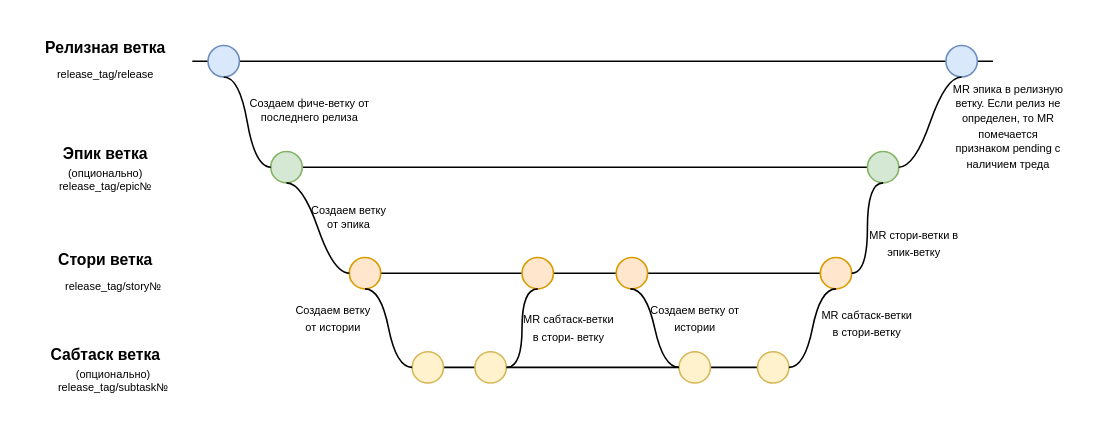
Earlier version of the draw.io diagram EFA-processes/branches-flow.drawio (effective-group/docs-drawio). Source tidied: cells renumbered, new cells numbered last; positions are measured from the earlier drawing's top-left corner, leaving out a move shared by most shapes. Both pictures are drawn from the tidied source at 157%, with x=0, y=0 at pixel (35, 27).
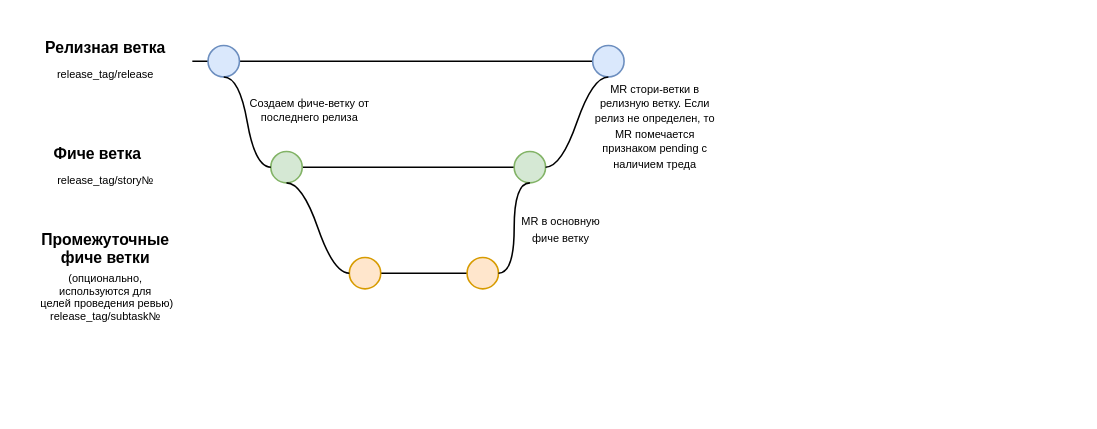
The same page after the edit.

Change to the diagram source:
```diff
@@
     <mxCell id="2" style="line;strokeWidth=1;fillColor=none;align=left;verticalAlign=middle;spacingTop=-1;spacingLeft=3;spacingRight=3;labelPosition=right;" parent="1" vertex="1">
-      <mxGeometry x="100" y="17.5" width="510" height="8" as="geometry" />
+      <mxGeometry x="100" y="17.5" width="270" height="8" as="geometry" />
     </mxCell>
@@
     <mxCell id="6" style="line;strokeWidth=1;fillColor=none;align=left;verticalAlign=middle;spacingTop=-1;spacingLeft=3;spacingRight=3;labelPosition=right;" parent="1" vertex="1">
-      <mxGeometry x="150" y="85" width="400" height="8" as="geometry" />
+      <mxGeometry x="150" y="85" width="170" height="8" as="geometry" />
     </mxCell>
-    <mxCell id="7" value="Эпик ветка" style="text;align=center;fontStyle=1;verticalAlign=middle;spacingLeft=3;spacingRight=3;strokeColor=none;fontSize=10;" parent="1" vertex="1">
-      <mxGeometry x="20" y="67.5" width="50" height="26" as="geometry" />
-    </mxCell>
-    <mxCell id="8" value="(опционально)&#10;release_tag/epic№" style="text;align=center;fontStyle=0;verticalAlign=middle;spacingLeft=3;spacingRight=3;strokeColor=none;fontSize=7;" parent="1" vertex="1">
-      <mxGeometry x="20" y="84.5" width="50" height="26" as="geometry" />
-    </mxCell>
     <mxCell id="9" style="line;strokeWidth=1;fillColor=none;align=left;verticalAlign=middle;spacingTop=-1;spacingLeft=3;spacingRight=3;labelPosition=right;" parent="1" vertex="1">
-      <mxGeometry x="200" y="152.5" width="320" height="8" as="geometry" />
+      <mxGeometry x="200" y="152.5" width="80" height="8" as="geometry" />
     </mxCell>
-    <mxCell id="10" value="Стори ветка" style="text;align=center;fontStyle=1;verticalAlign=middle;spacingLeft=3;spacingRight=3;strokeColor=none;fontSize=10;" parent="1" vertex="1">
-      <mxGeometry x="20" y="135" width="50" height="26" as="geometry" />
+    <mxCell id="10" value="Фиче ветка" style="text;align=center;fontStyle=1;verticalAlign=middle;spacingLeft=3;spacingRight=3;strokeColor=none;fontSize=10;" parent="1" vertex="1">
+      <mxGeometry x="15" y="67.2" width="50" height="26" as="geometry" />
     </mxCell>
     <mxCell id="11" value="release_tag/story№" style="text;align=center;fontStyle=0;verticalAlign=middle;spacingLeft=3;spacingRight=3;strokeColor=none;fontSize=7;" parent="1" vertex="1">
-      <mxGeometry y="152.5" width="100" height="26" as="geometry" />
+      <mxGeometry x="-5" y="84.8" width="100" height="26" as="geometry" />
     </mxCell>
-    <mxCell id="12" style="line;strokeWidth=1;fillColor=none;align=left;verticalAlign=middle;spacingTop=-1;spacingLeft=3;spacingRight=3;labelPosition=right;" parent="1" vertex="1">
-      <mxGeometry x="240" y="212.5" width="240" height="8" as="geometry" />
-    </mxCell>
-    <mxCell id="13" value="Сабтаск ветка" style="text;align=center;fontStyle=1;verticalAlign=middle;spacingLeft=3;spacingRight=3;strokeColor=none;fontSize=10;" parent="1" vertex="1">
-      <mxGeometry x="20" y="195" width="50" height="26" as="geometry" />
+    <mxCell id="13" value="Промежуточные &#10;фиче ветки" style="text;align=center;fontStyle=1;verticalAlign=middle;spacingLeft=3;spacingRight=3;strokeColor=none;fontSize=10;" parent="1" vertex="1">
+      <mxGeometry x="20" y="127.8" width="50" height="26" as="geometry" />
     </mxCell>
-    <mxCell id="14" value="(опционально)&#10;release_tag/subtask№" style="text;align=center;fontStyle=0;verticalAlign=middle;spacingLeft=3;spacingRight=3;strokeColor=none;fontSize=7;" parent="1" vertex="1">
-      <mxGeometry x="25" y="212.5" width="50" height="26" as="geometry" />
+    <mxCell id="14" value="(опционально, &#10;используются для&#10; целей проведения ревью)&#10;release_tag/subtask№" style="text;align=center;fontStyle=0;verticalAlign=middle;spacingLeft=3;spacingRight=3;strokeColor=none;fontSize=7;" parent="1" vertex="1">
+      <mxGeometry x="20" y="159.2" width="50" height="26" as="geometry" />
     </mxCell>
@@
-    <mxCell id="17" style="ellipse;fillColor=#ffe6cc;strokeColor=#d79b00;fontSize=10;" parent="1" vertex="1">
-      <mxGeometry x="370" y="146.5" width="20" height="20" as="geometry" />
-    </mxCell>
-    <mxCell id="18" style="ellipse;fillColor=#fff2cc;strokeColor=#d6b656;fontSize=10;" parent="1" vertex="1">
-      <mxGeometry x="240" y="206.5" width="20" height="20" as="geometry" />
-    </mxCell>
-    <mxCell id="19" style="ellipse;fillColor=#fff2cc;strokeColor=#d6b656;fontSize=10;" parent="1" vertex="1">
-      <mxGeometry x="280" y="206.5" width="20" height="20" as="geometry" />
-    </mxCell>
-    <mxCell id="20" style="ellipse;fillColor=#fff2cc;strokeColor=#d6b656;fontSize=10;" parent="1" vertex="1">
-      <mxGeometry x="410" y="206.5" width="20" height="20" as="geometry" />
-    </mxCell>
-    <mxCell id="21" style="ellipse;fillColor=#fff2cc;strokeColor=#d6b656;fontSize=10;" parent="1" vertex="1">
-      <mxGeometry x="460" y="206.5" width="20" height="20" as="geometry" />
-    </mxCell>
@@
-    <mxCell id="24" style="edgeStyle=entityRelationEdgeStyle;startArrow=none;endArrow=none;segment=10;curved=1;fontSize=10;exitX=0.5;exitY=1;exitDx=0;exitDy=0;entryX=0;entryY=0.5;entryDx=0;entryDy=0;" parent="1" edge="1" target="18">
-      <mxGeometry relative="1" as="geometry">
-        <mxPoint x="210" y="166.5" as="sourcePoint" />
-      </mxGeometry>
-    </mxCell>
     <mxCell id="25" style="ellipse;fillColor=#d5e8d4;strokeColor=#82b366;fontSize=10;" parent="1" vertex="1">
-      <mxGeometry x="530" y="79" width="20" height="20" as="geometry" />
+      <mxGeometry x="305" y="79" width="20" height="20" as="geometry" />
     </mxCell>
-    <mxCell id="26" style="ellipse;fillColor=#ffe6cc;strokeColor=#d79b00;fontSize=10;" parent="1" vertex="1">
-      <mxGeometry x="310" y="146.5" width="20" height="20" as="geometry" />
-    </mxCell>
-    <mxCell id="27" style="edgeStyle=entityRelationEdgeStyle;startArrow=none;endArrow=none;segment=10;curved=1;fontSize=10;exitX=0.5;exitY=1;exitDx=0;exitDy=0;entryX=1;entryY=0.5;entryDx=0;entryDy=0;" parent="1" edge="1" source="26" target="19">
-      <mxGeometry relative="1" as="geometry" />
-    </mxCell>
     <mxCell id="28" style="ellipse;fillColor=#ffe6cc;strokeColor=#d79b00;fontSize=10;" parent="1" vertex="1">
-      <mxGeometry x="500" y="146.5" width="20" height="20" as="geometry" />
+      <mxGeometry x="275" y="146.5" width="20" height="20" as="geometry" />
     </mxCell>
-    <mxCell id="29" style="edgeStyle=entityRelationEdgeStyle;startArrow=none;endArrow=none;segment=10;curved=1;fontSize=10;exitX=0.5;exitY=1;exitDx=0;exitDy=0;entryX=1;entryY=0.5;entryDx=0;entryDy=0;" parent="1" edge="1" source="28" target="21">
-      <mxGeometry relative="1" as="geometry" />
-    </mxCell>
@@
-    <mxCell id="32" value="&lt;font style=&quot;font-size: 7px;&quot;&gt;Создаем ветку&lt;br&gt;&amp;nbsp;от эпика&amp;nbsp;&lt;/font&gt;" style="text;html=1;strokeColor=none;fillColor=none;align=center;verticalAlign=middle;whiteSpace=wrap;rounded=0;fontSize=7;" parent="1" vertex="1">
-      <mxGeometry x="170" y="110.5" width="60" height="20" as="geometry" />
-    </mxCell>
-    <mxCell id="33" value="&lt;span style=&quot;font-size: 7px&quot;&gt;Создаем ветку от истории&lt;/span&gt;" style="text;html=1;strokeColor=none;fillColor=none;align=center;verticalAlign=middle;whiteSpace=wrap;rounded=0;fontSize=9;" parent="1" vertex="1">
-      <mxGeometry x="387.5" y="175" width="65" height="20" as="geometry" />
-    </mxCell>
-    <mxCell id="34" value="&lt;span style=&quot;font-size: 7px&quot;&gt;MR сабтаск-ветки в стори- ветку&lt;/span&gt;" style="text;html=1;strokeColor=none;fillColor=none;align=center;verticalAlign=middle;whiteSpace=wrap;rounded=0;fontSize=9;" parent="1" vertex="1">
-      <mxGeometry x="310" y="180.5" width="60" height="20" as="geometry" />
-    </mxCell>
-    <mxCell id="35" value="&lt;span style=&quot;font-size: 7px&quot;&gt;MR стори-ветки в эпик-ветку&lt;/span&gt;" style="text;html=1;strokeColor=none;fillColor=none;align=center;verticalAlign=middle;whiteSpace=wrap;rounded=0;fontSize=9;" parent="1" vertex="1">
-      <mxGeometry x="530" y="126.5" width="60" height="20" as="geometry" />
-    </mxCell>
-    <mxCell id="36" value="&lt;span style=&quot;font-size: 7px&quot;&gt;MR сабтаск-ветки в стори-ветку&lt;/span&gt;" style="text;html=1;strokeColor=none;fillColor=none;align=center;verticalAlign=middle;whiteSpace=wrap;rounded=0;fontSize=9;" parent="1" vertex="1">
-      <mxGeometry x="500" y="178" width="60" height="20" as="geometry" />
-    </mxCell>
     <mxCell id="37" style="ellipse;fillColor=#dae8fc;strokeColor=#6c8ebf;fontSize=10;" parent="1" vertex="1">
-      <mxGeometry x="580" y="11.5" width="20" height="20" as="geometry" />
+      <mxGeometry x="355" y="11.5" width="20" height="20" as="geometry" />
     </mxCell>
@@
-    <mxCell id="39" value="&lt;font style=&quot;font-size: 7px;&quot;&gt;MR эпика в релизную ветку. Если релиз не определен, то MR помечается признаком&amp;nbsp;pending с наличием треда&lt;/font&gt;" style="text;html=1;strokeColor=none;fillColor=none;align=center;verticalAlign=middle;whiteSpace=wrap;rounded=0;fontSize=8;" parent="1" vertex="1">
-      <mxGeometry x="580" y="43" width="80" height="40" as="geometry" />
+    <mxCell id="39" value="&lt;font style=&quot;font-size: 7px;&quot;&gt;MR стори-ветки в релизную ветку. Если релиз не определен, то MR помечается признаком&amp;nbsp;pending с наличием треда&lt;/font&gt;" style="text;html=1;strokeColor=none;fillColor=none;align=center;verticalAlign=middle;whiteSpace=wrap;rounded=0;fontSize=8;" parent="1" vertex="1">
+      <mxGeometry x="355" y="43" width="80" height="40" as="geometry" />
     </mxCell>
-    <mxCell id="40" value="&lt;font style=&quot;font-size: 7px;&quot;&gt;&lt;font style=&quot;font-size: 7px;&quot;&gt;Создаем ветку &lt;br&gt;от истории&lt;/font&gt;&lt;/font&gt;" style="text;html=1;strokeColor=none;fillColor=none;align=center;verticalAlign=middle;whiteSpace=wrap;rounded=0;fontSize=9;" parent="1" vertex="1">
-      <mxGeometry x="160" y="175" width="60" height="20" as="geometry" />
-    </mxCell>
-    <mxCell id="41" style="edgeStyle=entityRelationEdgeStyle;startArrow=none;endArrow=none;segment=10;curved=1;fontSize=10;exitX=0.5;exitY=1;exitDx=0;exitDy=0;entryX=0;entryY=0.5;entryDx=0;entryDy=0;" parent="1" edge="1" target="20">
-      <mxGeometry relative="1" as="geometry">
-        <mxPoint x="379" y="166.5" as="sourcePoint" />
-      </mxGeometry>
-    </mxCell>
+    <mxCell id="42" value="&lt;span style=&quot;font-size: 7px&quot;&gt;MR в основную фиче ветку&lt;/span&gt;" style="text;html=1;strokeColor=none;fillColor=none;align=center;verticalAlign=middle;whiteSpace=wrap;rounded=0;fontSize=9;" parent="1" vertex="1">
+      <mxGeometry x="305" y="117.5" width="60" height="20" as="geometry" />
+    </mxCell>
```
